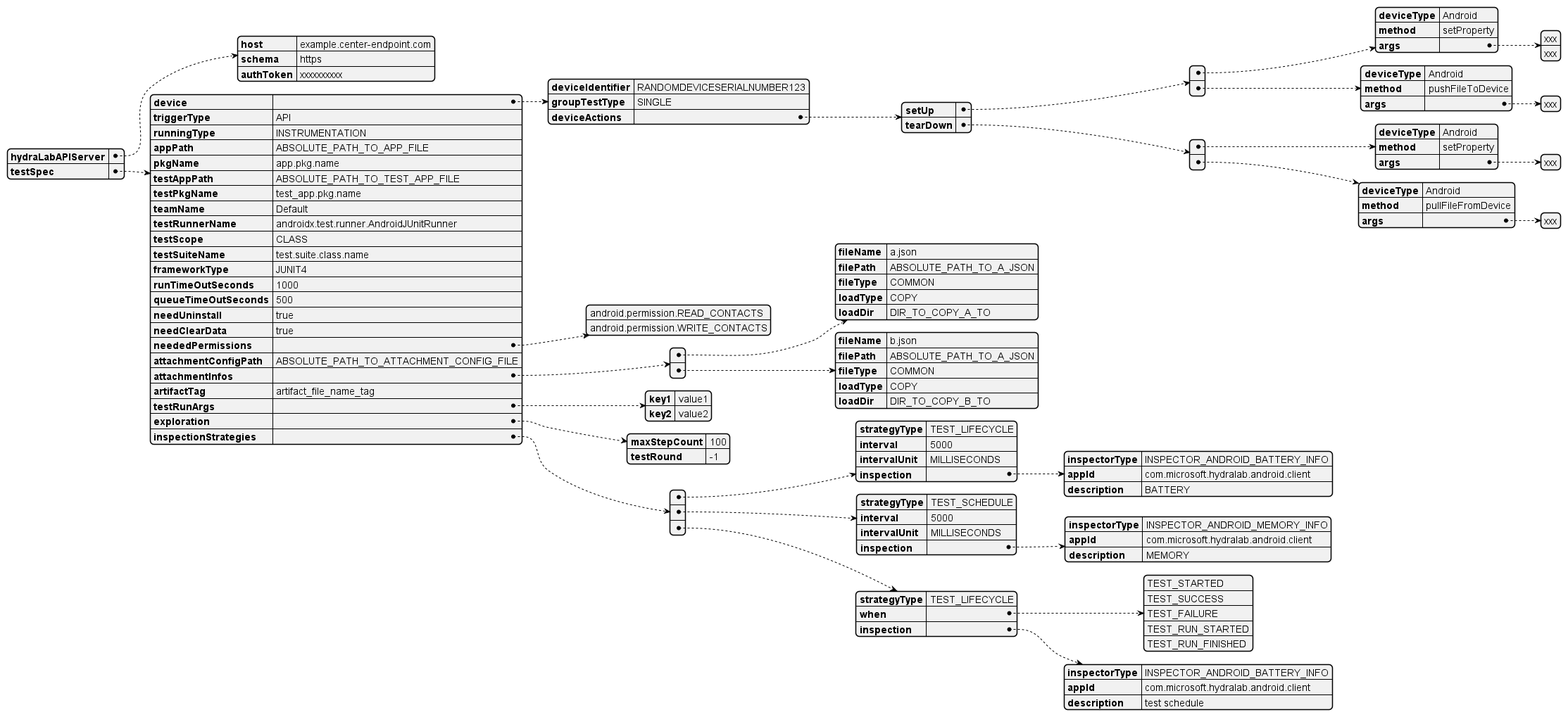
microsoft/HydraLab keeps this PlantUML diagram as docs/images/UML/gradle_plugin_yaml_config_design.png. Above is the earlier version.
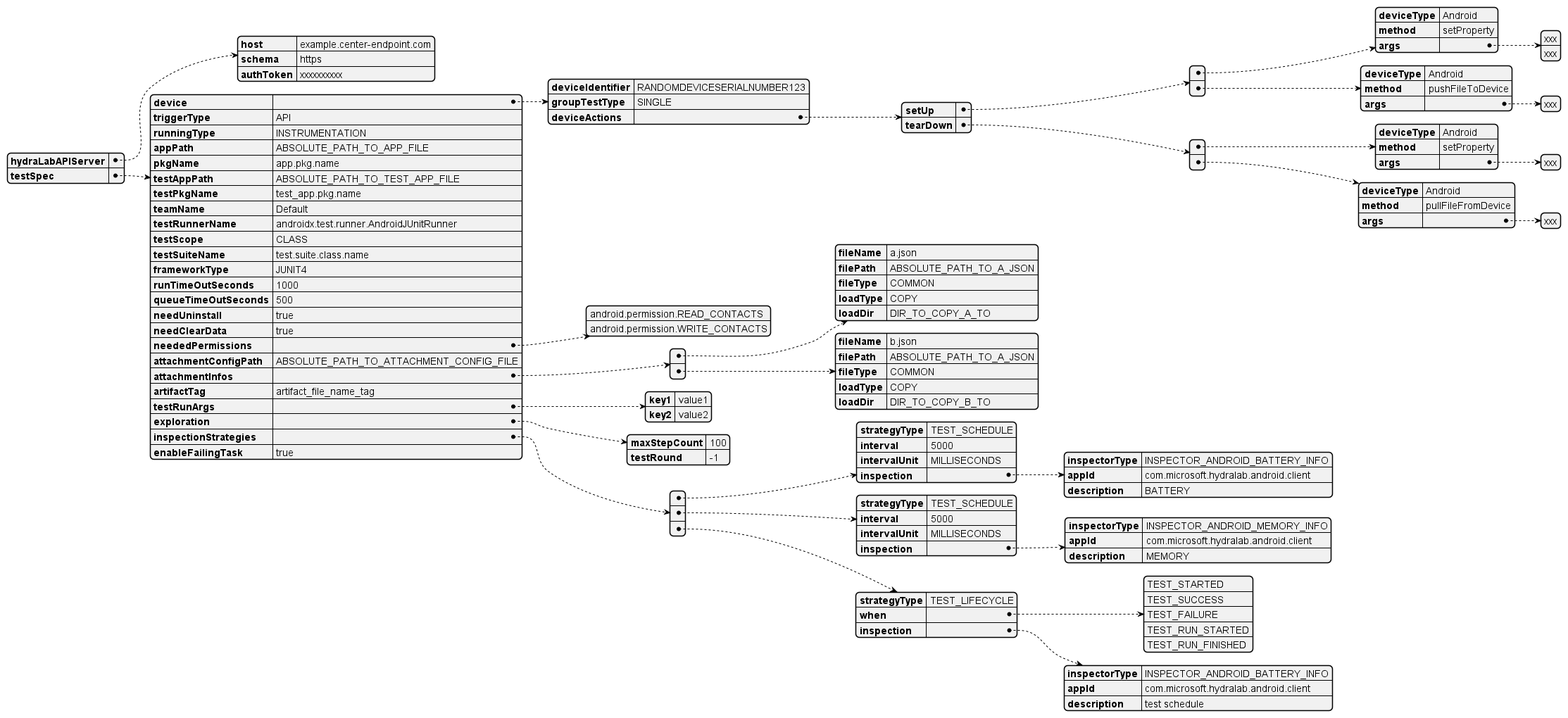
The same diagram one commit later.

Commit message:
- Add enableFailingTask flag for enabling exception throwing of gradle plugin task failure. - Upgrade version of plugin to 1.1.6

Change to the diagram source:
```diff
@@ -65,7 +65,7 @@
         maxStepCount: 100
         testRound: -1
     inspectionStrategies:
-    - strategyType: TEST_LIFECYCLE
+    - strategyType: TEST_SCHEDULE
       interval: 5000
       intervalUnit: MILLISECONDS
       inspection:
@@ -90,5 +90,6 @@
         inspectorType: INSPECTOR_ANDROID_BATTERY_INFO
         appId: com.microsoft.hydralab.android.client
         description: test schedule
+    enableFailingTask: true
 
 @endyaml
```
